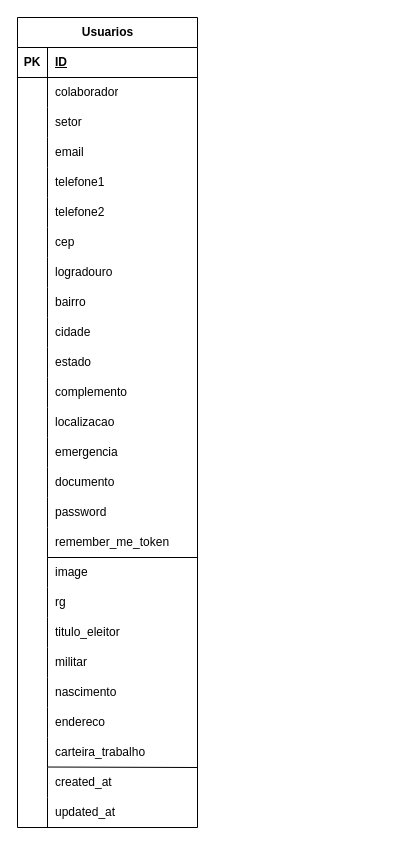
Earlier version of the draw.io diagram resources/diagrama_classe.drawio (VitorCostaTI/LingoBack). Source tidied: cells renumbered, new cells numbered last; positions are measured from the earlier drawing's top-left corner, leaving out a move shared by most shapes. Both pictures are drawn from the tidied source at 100%, with x=0, y=0 at pixel (17, 17).
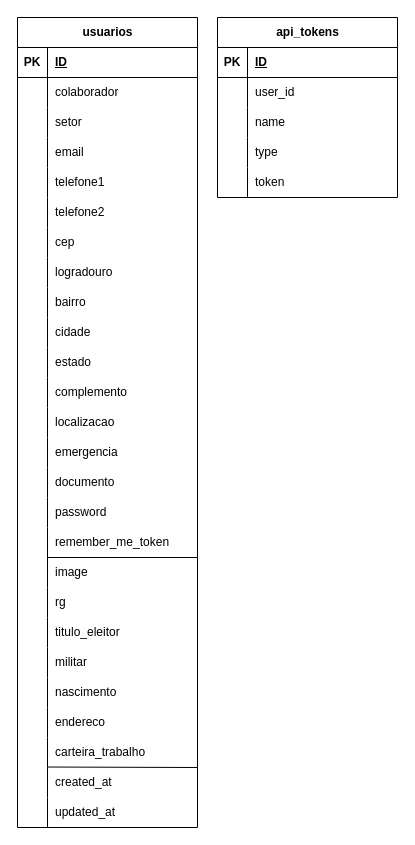
The same page after the edit.

Change to the diagram source:
```diff
@@
-    <mxCell id="2" value="Usuarios" style="shape=table;startSize=30;childLayout=tableLayout;rowLines=0;fontStyle=1;align=center;html=1;" parent="1" vertex="1">
+    <mxCell id="2" value="usuarios" style="shape=table;startSize=30;childLayout=tableLayout;rowLines=0;fontStyle=1;align=center;html=1;" parent="1" vertex="1">
       <mxGeometry width="180" height="810" as="geometry" />
     </mxCell>
@@
+    <mxCell id="83" value="api_tokens" style="shape=table;startSize=30;childLayout=tableLayout;rowLines=0;fontStyle=1;align=center;html=1;" parent="1" vertex="1">
+      <mxGeometry x="200" width="180" height="180" as="geometry" />
+    </mxCell>
+    <mxCell id="84" style="shape=tableRow;horizontal=0;startSize=0;swimlaneHead=0;swimlaneBody=0;fillColor=none;top=0;left=0;right=0;bottom=1;" parent="83" vertex="1">
+      <mxGeometry y="30" width="180" height="30" as="geometry" />
+    </mxCell>
+    <mxCell id="85" value="PK" style="shape=partialRectangle;fillColor=none;top=0;left=0;bottom=0;right=0;fontStyle=1;overflow=hidden;whiteSpace=wrap;html=1;" parent="84" vertex="1">
+      <mxGeometry width="30" height="30" as="geometry" />
+    </mxCell>
+    <mxCell id="86" value="ID" style="shape=partialRectangle;fillColor=none;top=0;left=0;bottom=0;right=0;align=left;spacingLeft=6;fontStyle=5;overflow=hidden;whiteSpace=wrap;html=1;" parent="84" vertex="1">
+      <mxGeometry x="30" width="150" height="30" as="geometry" />
+    </mxCell>
+    <mxCell id="87" style="shape=tableRow;horizontal=0;startSize=0;swimlaneHead=0;swimlaneBody=0;fillColor=none;top=0;left=0;right=0;bottom=0;" parent="83" vertex="1">
+      <mxGeometry y="60" width="180" height="30" as="geometry" />
+    </mxCell>
+    <mxCell id="88" style="shape=partialRectangle;fillColor=none;top=0;left=0;bottom=0;right=0;overflow=hidden;whiteSpace=wrap;html=1;" parent="87" vertex="1">
+      <mxGeometry width="30" height="30" as="geometry" />
+    </mxCell>
+    <mxCell id="89" value="user_id" style="shape=partialRectangle;fillColor=none;top=0;left=0;bottom=0;right=0;align=left;spacingLeft=6;overflow=hidden;whiteSpace=wrap;html=1;" parent="87" vertex="1">
+      <mxGeometry x="30" width="150" height="30" as="geometry" />
+    </mxCell>
+    <mxCell id="90" style="shape=tableRow;horizontal=0;startSize=0;swimlaneHead=0;swimlaneBody=0;fillColor=none;top=0;left=0;right=0;bottom=0;" parent="83" vertex="1">
+      <mxGeometry y="90" width="180" height="30" as="geometry" />
+    </mxCell>
+    <mxCell id="91" style="shape=partialRectangle;fillColor=none;top=0;left=0;bottom=0;right=0;overflow=hidden;whiteSpace=wrap;html=1;" parent="90" vertex="1">
+      <mxGeometry width="30" height="30" as="geometry" />
+    </mxCell>
+    <mxCell id="92" value="name" style="shape=partialRectangle;fillColor=none;top=0;left=0;bottom=0;right=0;align=left;spacingLeft=6;overflow=hidden;whiteSpace=wrap;html=1;" parent="90" vertex="1">
+      <mxGeometry x="30" width="150" height="30" as="geometry" />
+    </mxCell>
+    <mxCell id="93" style="shape=tableRow;horizontal=0;startSize=0;swimlaneHead=0;swimlaneBody=0;fillColor=none;top=0;left=0;right=0;bottom=0;" parent="83" vertex="1">
+      <mxGeometry y="120" width="180" height="30" as="geometry" />
+    </mxCell>
+    <mxCell id="94" style="shape=partialRectangle;fillColor=none;top=0;left=0;bottom=0;right=0;overflow=hidden;whiteSpace=wrap;html=1;" parent="93" vertex="1">
+      <mxGeometry width="30" height="30" as="geometry" />
+    </mxCell>
+    <mxCell id="95" value="type" style="shape=partialRectangle;fillColor=none;top=0;left=0;bottom=0;right=0;align=left;spacingLeft=6;overflow=hidden;whiteSpace=wrap;html=1;" parent="93" vertex="1">
+      <mxGeometry x="30" width="150" height="30" as="geometry" />
+    </mxCell>
+    <mxCell id="96" style="shape=tableRow;horizontal=0;startSize=0;swimlaneHead=0;swimlaneBody=0;fillColor=none;top=0;left=0;right=0;bottom=0;" parent="83" vertex="1">
+      <mxGeometry y="150" width="180" height="30" as="geometry" />
+    </mxCell>
+    <mxCell id="97" style="shape=partialRectangle;fillColor=none;top=0;left=0;bottom=0;right=0;overflow=hidden;whiteSpace=wrap;html=1;" parent="96" vertex="1">
+      <mxGeometry width="30" height="30" as="geometry" />
+    </mxCell>
+    <mxCell id="98" value="token" style="shape=partialRectangle;fillColor=none;top=0;left=0;bottom=0;right=0;align=left;spacingLeft=6;overflow=hidden;whiteSpace=wrap;html=1;" parent="96" vertex="1">
+      <mxGeometry x="30" width="150" height="30" as="geometry" />
+    </mxCell>
```
